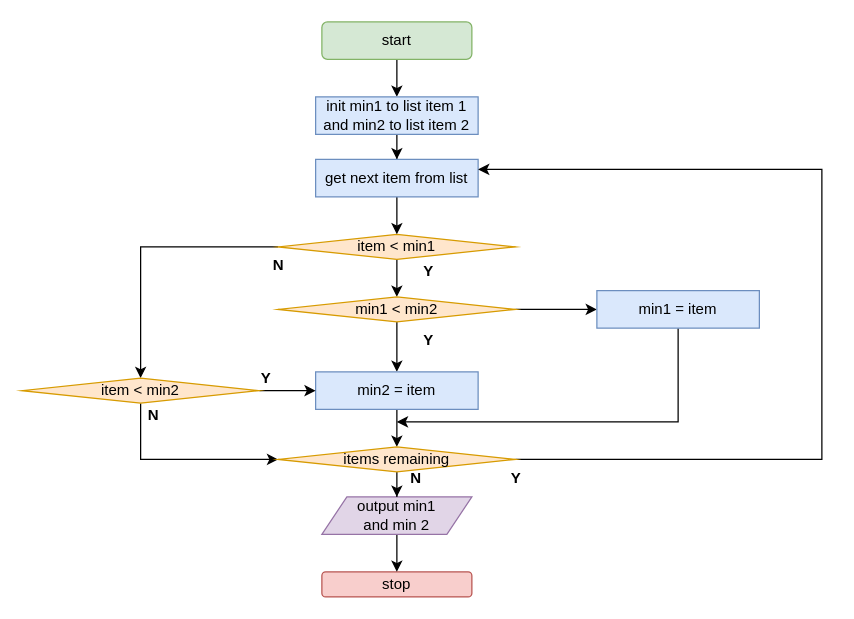
Before: computational_thinking/Exercise2_1.drawio in raydot/coursera, a draw.io diagram. Source tidied: cells renumbered, new cells numbered last; positions are measured from the earlier drawing's top-left corner, leaving out a move shared by most shapes. Both pictures are drawn from the tidied source at 125%, with x=0, y=0 at pixel (21, 21).
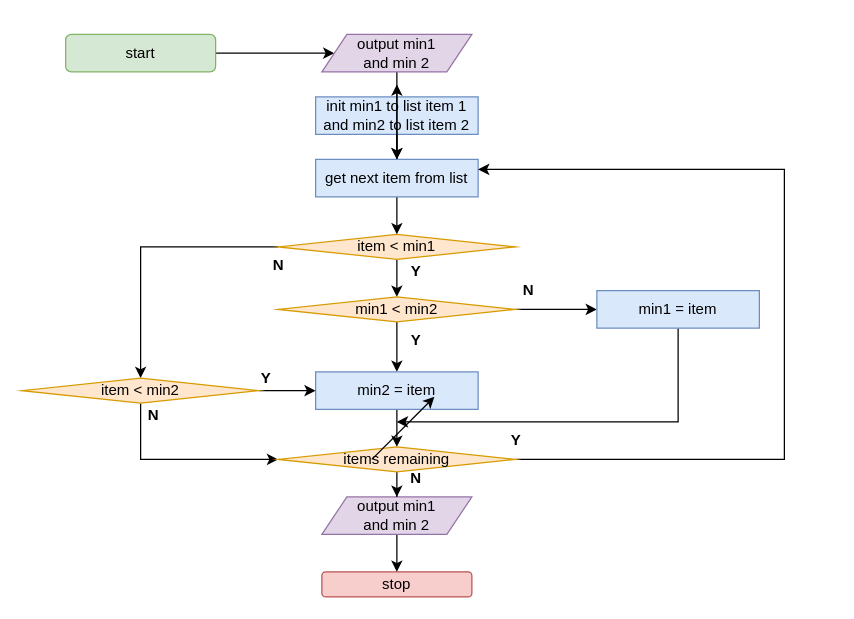
The same diagram, later.

Unchanged cells that the change refers to:
```xml
<mxCell id="8" value="init min1 to list item 1 and min2 to list item 2" style="rounded=0;whiteSpace=wrap;html=1;fillColor=#dae8fc;strokeColor=#6c8ebf;" parent="1" vertex="1">
  <mxGeometry x="235" y="60" width="130" height="30" as="geometry" />
</mxCell>
<mxCell id="13" value="get next item from list" style="rounded=0;whiteSpace=wrap;html=1;fillColor=#dae8fc;strokeColor=#6c8ebf;" parent="1" vertex="1">
  <mxGeometry x="235" y="110" width="130" height="30" as="geometry" />
</mxCell>
<mxCell id="31" value="items remaining" style="rhombus;whiteSpace=wrap;html=1;fillColor=#ffe6cc;strokeColor=#d79b00;" parent="1" vertex="1">
  <mxGeometry x="205" y="340" width="190" height="20" as="geometry" />
</mxCell>
```

Change to the diagram source:
```diff
@@
-    <mxCell id="2" style="edgeStyle=orthogonalEdgeStyle;rounded=0;jettySize=auto;html=1;" parent="1" edge="1" source="3" target="8">
+    <mxCell id="2" style="edgeStyle=orthogonalEdgeStyle;rounded=0;jettySize=auto;html=1;entryX=0;entryY=0.5;entryDx=0;entryDy=0;" parent="1" edge="1" source="3" target="38">
       <mxGeometry relative="1" as="geometry" />
     </mxCell>
     <mxCell id="3" value="start" style="rounded=1;whiteSpace=wrap;html=1;fillColor=#d5e8d4;strokeColor=#82b366;" parent="1" vertex="1">
-      <mxGeometry x="240" width="120" height="30" as="geometry" />
+      <mxGeometry x="35" y="10" width="120" height="30" as="geometry" />
     </mxCell>
@@
+    <mxCell id="34" style="edgeStyle=orthogonalEdgeStyle;rounded=0;jettySize=auto;html=1;exitX=0.5;exitY=0;exitDx=0;exitDy=0;" parent="1" edge="1" source="13">
+      <mxGeometry relative="1" as="geometry">
+        <mxPoint x="300" y="50" as="targetPoint" />
+      </mxGeometry>
+    </mxCell>
@@
     <mxCell id="24" value="&lt;b&gt;Y&lt;/b&gt;" style="text;html=1;align=center;verticalAlign=middle;fillColor=none;strokeColor=none;rounded=0;" parent="1" vertex="1">
-      <mxGeometry x="310" y="185" width="30" height="30" as="geometry" />
+      <mxGeometry x="300" y="185" width="30" height="30" as="geometry" />
     </mxCell>
     <mxCell id="25" value="&lt;b&gt;Y&lt;/b&gt;" style="text;html=1;align=center;verticalAlign=middle;fillColor=none;strokeColor=none;rounded=0;" parent="1" vertex="1">
-      <mxGeometry x="310" y="240" width="30" height="30" as="geometry" />
+      <mxGeometry x="300" y="240" width="30" height="30" as="geometry" />
     </mxCell>
@@
     <mxCell id="30" style="edgeStyle=orthogonalEdgeStyle;rounded=0;jettySize=auto;html=1;" parent="1" edge="1" source="31" target="13">
       <mxGeometry relative="1" as="geometry">
         <Array as="points">
-          <mxPoint x="640" y="350" />
-          <mxPoint x="640" y="118" />
+          <mxPoint x="610" y="350" />
+          <mxPoint x="610" y="118" />
         </Array>
       </mxGeometry>
     </mxCell>
@@
     <mxCell id="33" value="&lt;b&gt;Y&lt;/b&gt;" style="text;html=1;align=center;verticalAlign=middle;fillColor=none;strokeColor=none;rounded=0;" parent="1" vertex="1">
-      <mxGeometry x="380" y="350" width="30" height="30" as="geometry" />
+      <mxGeometry x="380" y="320" width="30" height="30" as="geometry" />
     </mxCell>
+    <mxCell id="35" value="&lt;b&gt;N&lt;/b&gt;" style="text;html=1;align=center;verticalAlign=middle;fillColor=none;strokeColor=none;rounded=0;" parent="1" vertex="1">
+      <mxGeometry x="390" y="200" width="30" height="30" as="geometry" />
+    </mxCell>
+    <mxCell id="36" style="edgeStyle=orthogonalEdgeStyle;rounded=0;orthogonalLoop=1;jettySize=auto;html=1;" parent="1" edge="1">
+      <mxGeometry relative="1" as="geometry">
+        <mxPoint x="300" y="50" as="sourcePoint" />
+        <mxPoint x="300" y="50" as="targetPoint" />
+      </mxGeometry>
+    </mxCell>
+    <mxCell id="37" style="edgeStyle=orthogonalEdgeStyle;rounded=0;jettySize=auto;html=1;" parent="1" edge="1" source="38" target="13">
+      <mxGeometry relative="1" as="geometry" />
+    </mxCell>
+    <mxCell id="38" value="output min1 &lt;br&gt;and min 2" style="shape=parallelogram;perimeter=parallelogramPerimeter;whiteSpace=wrap;html=1;fixedSize=1;fillColor=#e1d5e7;strokeColor=#9673a6;" parent="1" vertex="1">
+      <mxGeometry x="240" y="10" width="120" height="30" as="geometry" />
+    </mxCell>
+    <mxCell id="39" style="endArrow=classic;html=1;rounded=0;" parent="1" edge="1">
+      <mxGeometry relative="1" as="geometry">
+        <mxPoint x="280" y="350" as="sourcePoint" />
+        <mxPoint x="330" y="300" as="targetPoint" />
+      </mxGeometry>
+    </mxCell>
```
